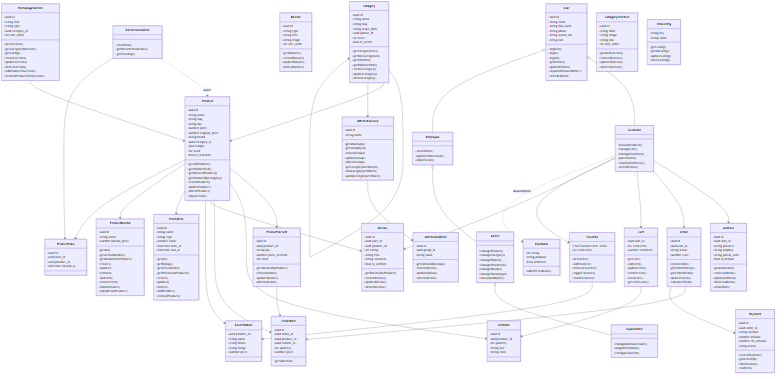
The Mermaid diagram docs/diagrams/02-class-diagram.png in flukerzanmk5547/Project-204, before a commit. Its source is kept beside it as docs/diagrams/02-class-diagram.mmd.
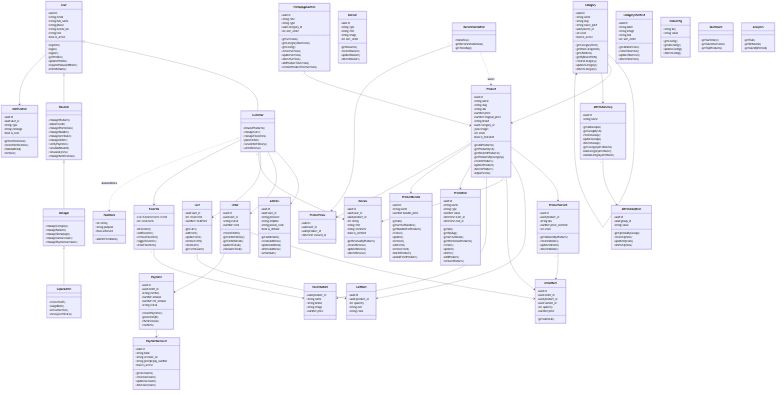
Above is the later version.

What changed in the source:
```diff
@@ -8,6 +8,7 @@
         +string phone
         +string avatar_url
         +string role
+        +bool is_active
         +register()
         +login()
         +logout()
@@ -24,24 +25,30 @@
         +viewOrderHistory()
         +writeReview()
     }
-    class Employee {
-        +viewOrders()
-        +updateOrderStatus()
+    class Reseller {
+        +manageProduct()
         +adjustStock()
+        +managePromotion()
+        +manageBundle()
+        +manageAttribute()
+        +manageOrder()
+        +verifyPayment()
+        +viewDashboard()
+        +viewAnalytics()
+        +manageNotification()
     }
-    class Admin {
-        +manageProduct()
+    class Manager {
         +manageCategory()
         +manageBanner()
-        +managePromotion()
-        +manageBundle()
         +manageHomepage()
-        +viewSalesReport()
+        +manageUserAccount()
+        +managePaymentAccount()
     }
     class SuperAdmin {
-        +manageAdminAccount()
-        +assignPermission()
-        +configureSystem()
+        +createStaff()
+        +assignRole()
+        +setUserActive()
+        +viewSystemStats()
     }
 
     class Category {
@@ -297,6 +304,38 @@
         +updateConfig()
         +deleteConfig()
     }
+    class PaymentAccount {
+        +uuid id
+        +string bank
+        +string account_no
+        +string promptpay_number
+        +bool is_active
+        +getAccounts()
+        +createAccount()
+        +updateAccount()
+        +deleteAccount()
+    }
+    class Notification {
+        +uuid id
+        +uuid user_id
+        +string type
+        +string message
+        +bool is_read
+        +getNotifications()
+        +createNotification()
+        +markAsRead()
+        +remove()
+    }
+    class Dashboard {
+        +getSummary()
+        +getSalesOverview()
+        +getTopProducts()
+    }
+    class Analytics {
+        +getFull()
+        +getBehavior()
+        +getSalesByPeriod()
+    }
     class Feedback {
         +int rating
         +string purpose
@@ -305,9 +344,9 @@
     }
 
     User <|-- Customer
-    User <|-- Employee
-    Employee <|-- Admin
-    Admin <|-- SuperAdmin
+    User <|-- Reseller
+    Reseller <|-- Manager
+    Manager <|-- SuperAdmin
 
     Customer "1" --> "*" Address
     Customer "1" --> "*" Order
@@ -334,6 +373,8 @@
     Cart "1" --> "*" CartItem
     Order "1" --> "*" OrderItem
     Order "1" --> "1" Payment
+    Payment "*" --> "1" PaymentAccount
+    User "1" --> "*" Notification
 
     HomepageSection "1" --> "*" Product
     Recommendation ..> Product : แนะนำ
```
